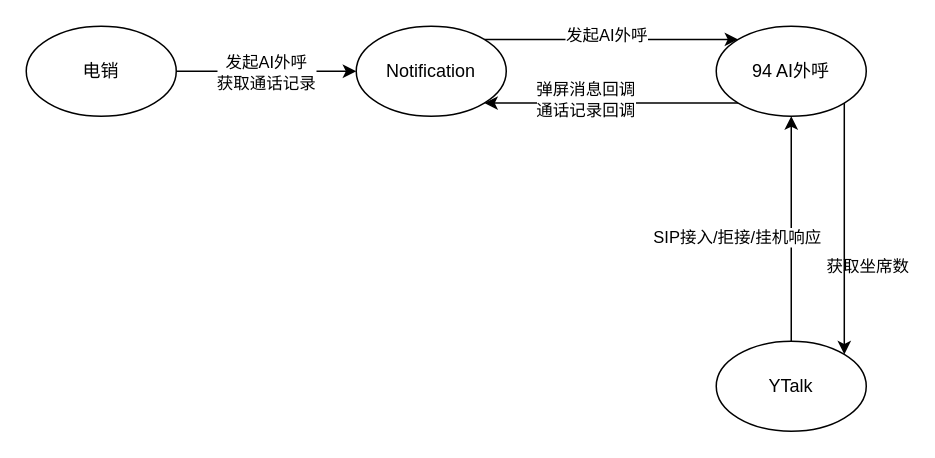
ABIN-DS/flowchart keeps this draw.io diagram as page "服务依赖关系" (1 of 4) of 人机耦合设计.drawio. Above is the earlier version. Source tidied: cells renumbered, new cells numbered last; positions are measured from the earlier drawing's top-left corner, leaving out a move shared by most shapes. Both pictures are drawn from the tidied source at 150%, with x=0, y=0 at pixel (26, 26).
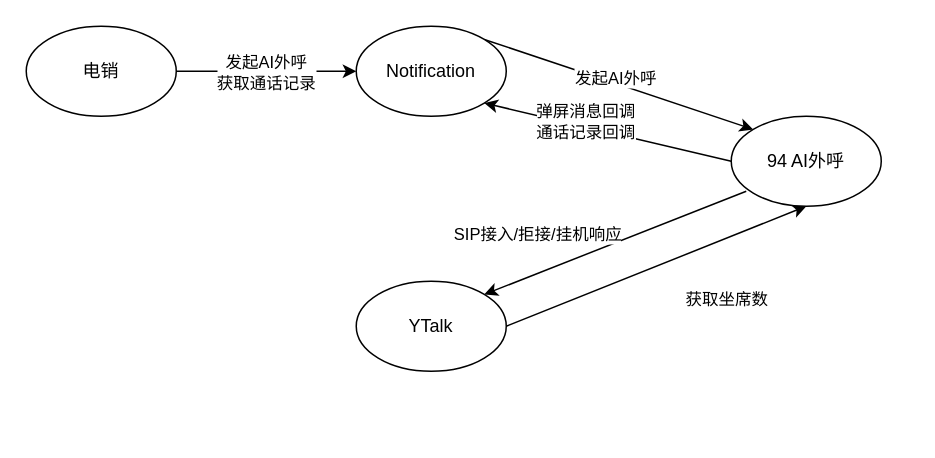
The same page after the edit.

What changed in the source:
```diff
@@
 <mxGraphModel>
   <root>
     <mxCell id="0" />
     <mxCell id="1" parent="0" />
     <mxCell id="2" style="rounded=0;jettySize=auto;html=1;entryX=0;entryY=0.5;entryDx=0;entryDy=0;" parent="1" edge="1" source="4" target="7">
       <mxGeometry relative="1" as="geometry" />
     </mxCell>
     <mxCell id="3" value="发起AI外呼&lt;br&gt;获取通话记录" style="edgeLabel;html=1;align=center;verticalAlign=middle;" parent="2" vertex="1">
       <mxGeometry x="-0.19" y="3" relative="1" as="geometry">
         <mxPoint x="10" y="3" as="offset" />
       </mxGeometry>
     </mxCell>
     <mxCell id="4" value="电销" style="ellipse;whiteSpace=wrap;html=1;" parent="1" vertex="1">
       <mxGeometry width="100" height="60" as="geometry" />
     </mxCell>
     <mxCell id="5" style="edgeStyle=none;rounded=0;jettySize=auto;html=1;entryX=0;entryY=0;entryDx=0;entryDy=0;exitX=1;exitY=0;exitDx=0;exitDy=0;" parent="1" edge="1" source="7" target="15">
       <mxGeometry relative="1" as="geometry" />
     </mxCell>
     <mxCell id="6" value="发起AI外呼" style="edgeLabel;html=1;align=center;verticalAlign=middle;" parent="5" vertex="1">
       <mxGeometry x="-0.04" y="3" relative="1" as="geometry" />
     </mxCell>
     <mxCell id="7" value="Notification" style="ellipse;whiteSpace=wrap;html=1;" parent="1" vertex="1">
       <mxGeometry x="220" width="100" height="60" as="geometry" />
     </mxCell>
-    <mxCell id="8" style="edgeStyle=none;rounded=0;jettySize=auto;html=1;entryX=0.5;entryY=1;entryDx=0;entryDy=0;" parent="1" edge="1" source="10" target="15">
+    <mxCell id="8" style="edgeStyle=none;rounded=0;jettySize=auto;html=1;entryX=0.5;entryY=1;entryDx=0;entryDy=0;exitX=1;exitY=0.5;exitDx=0;exitDy=0;" parent="1" edge="1" source="10" target="15">
       <mxGeometry relative="1" as="geometry" />
     </mxCell>
     <mxCell id="9" value="获取坐席数" style="edgeLabel;html=1;align=center;verticalAlign=middle;" parent="8" vertex="1">
       <mxGeometry x="-0.04" y="1" relative="1" as="geometry">
         <mxPoint x="51" y="21" as="offset" />
       </mxGeometry>
     </mxCell>
     <mxCell id="10" value="YTalk" style="ellipse;whiteSpace=wrap;html=1;" parent="1" vertex="1">
-      <mxGeometry x="460" y="210" width="100" height="60" as="geometry" />
+      <mxGeometry x="220" y="170" width="100" height="60" as="geometry" />
     </mxCell>
-    <mxCell id="11" style="edgeStyle=none;rounded=0;jettySize=auto;html=1;entryX=1;entryY=0;entryDx=0;entryDy=0;exitX=1;exitY=1;exitDx=0;exitDy=0;" parent="1" edge="1" source="15" target="10">
+    <mxCell id="11" style="edgeStyle=none;rounded=0;jettySize=auto;html=1;entryX=1;entryY=0;entryDx=0;entryDy=0;exitX=0.1;exitY=0.833;exitDx=0;exitDy=0;exitPerimeter=0;" parent="1" edge="1" source="15" target="10">
       <mxGeometry relative="1" as="geometry" />
     </mxCell>
     <mxCell id="12" value="SIP接入/拒接/挂机响应" style="edgeLabel;html=1;align=center;verticalAlign=middle;" parent="11" vertex="1">
       <mxGeometry x="0.3" relative="1" as="geometry">
-        <mxPoint x="-72" y="-20" as="offset" />
+        <mxPoint x="-26" y="-16" as="offset" />
       </mxGeometry>
     </mxCell>
-    <mxCell id="13" style="edgeStyle=none;rounded=0;jettySize=auto;html=1;entryX=1;entryY=1;entryDx=0;entryDy=0;exitX=0;exitY=1;exitDx=0;exitDy=0;" parent="1" edge="1" source="15" target="7">
+    <mxCell id="13" style="edgeStyle=none;rounded=0;jettySize=auto;html=1;entryX=1;entryY=1;entryDx=0;entryDy=0;exitX=0;exitY=0.5;exitDx=0;exitDy=0;" parent="1" edge="1" source="15" target="7">
       <mxGeometry relative="1" as="geometry" />
     </mxCell>
     <mxCell id="14" value="弹屏消息回调&lt;br style=&quot;border-color: var(--border-color);&quot;&gt;通话记录回调" style="edgeLabel;html=1;align=center;verticalAlign=middle;" parent="13" vertex="1">
       <mxGeometry x="0.2" y="-3" relative="1" as="geometry" />
     </mxCell>
     <mxCell id="15" value="94 AI外呼" style="ellipse;whiteSpace=wrap;html=1;" parent="1" vertex="1">
-      <mxGeometry x="460" width="100" height="60" as="geometry" />
+      <mxGeometry x="470" y="60" width="100" height="60" as="geometry" />
     </mxCell>
   </root>
 </mxGraphModel>
```
